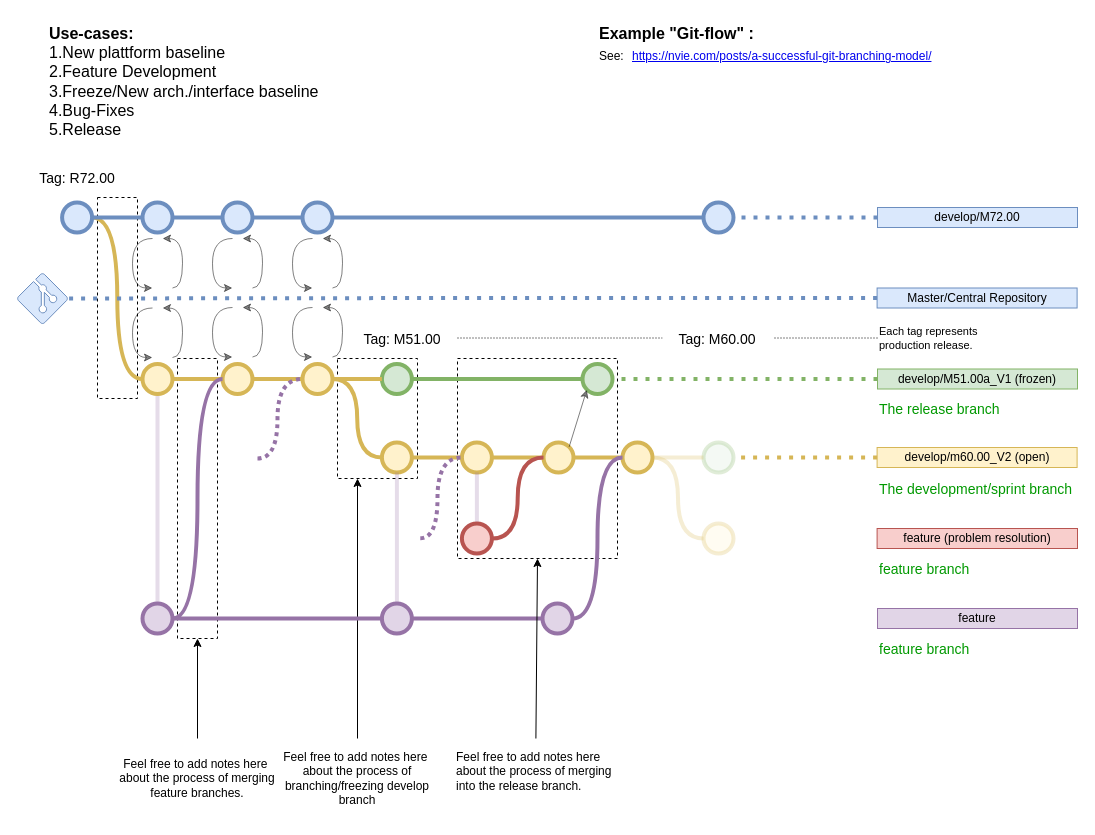
DedeHa/TimeSheet keeps this draw.io diagram as doc/GitHub_Branch_Strategy.drawio. Above is the earlier version. Source tidied: cells renumbered, new cells numbered last; positions are measured from the earlier drawing's top-left corner, leaving out a move shared by most shapes. Both pictures are drawn from the tidied source at 100%, with x=0, y=0 at pixel (17, 17).
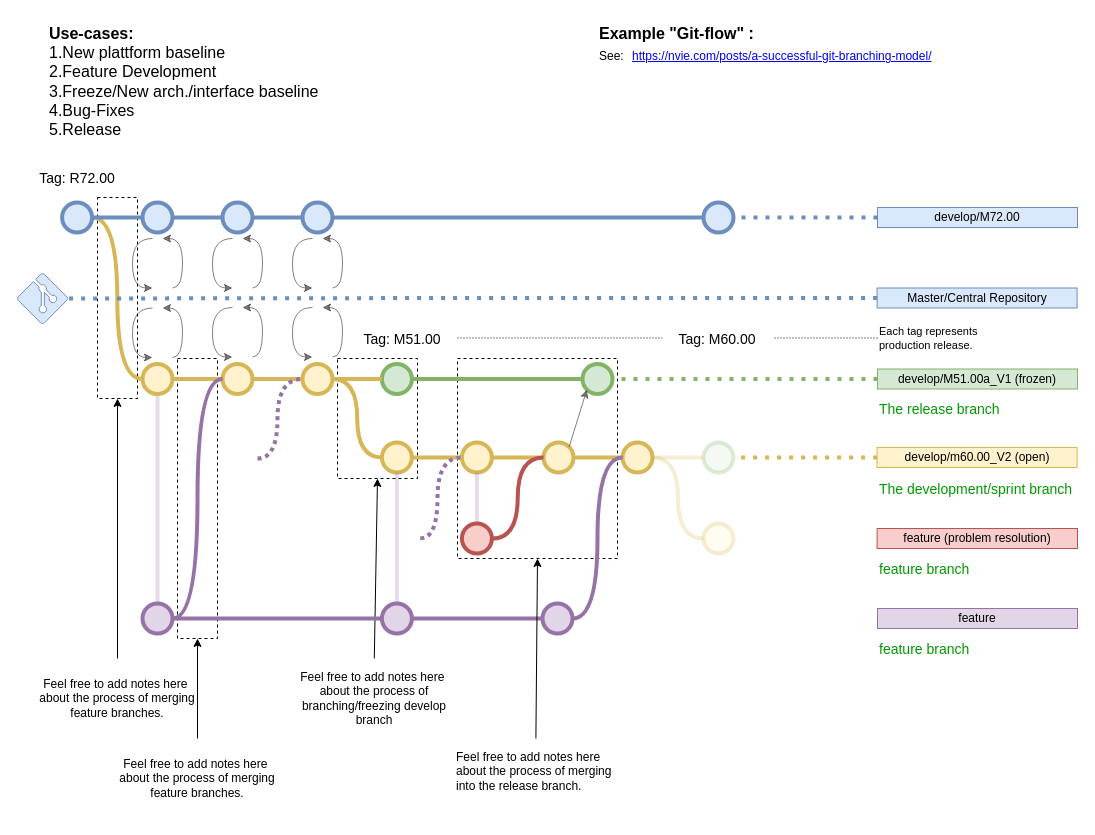
The same diagram, later.

Commit message:
INF_D|Github Setup

Unchanged cells that the change refers to:
```xml
<mxCell id="2" style="text;html=1;align=center;verticalAlign=middle;whiteSpace=wrap;rounded=0;strokeColor=default;dashed=1;" parent="1" vertex="1">
  <mxGeometry x="80" y="180" width="40" height="201" as="geometry" />
</mxCell>
<mxCell id="4" style="text;html=1;align=center;verticalAlign=middle;whiteSpace=wrap;rounded=0;strokeColor=default;dashed=1;" parent="1" vertex="1">
  <mxGeometry x="320" y="341" width="80" height="120" as="geometry" />
</mxCell>
```

Diff of the diagram source:
```diff
@@
     <mxCell id="39" value="&lt;div&gt;&lt;span&gt;Feel free to add notes here&amp;nbsp;&lt;/span&gt;&lt;/div&gt;&lt;div&gt;&lt;span&gt;about the process of branching/freezing develop branch&lt;/span&gt;&lt;/div&gt;" style="text;html=1;strokeColor=none;fillColor=none;align=center;verticalAlign=middle;whiteSpace=wrap;overflow=hidden;fontSize=12;fontStyle=0;fontColor=#000000;" parent="1" vertex="1">
-      <mxGeometry x="260" y="721" width="160" height="80" as="geometry" />
+      <mxGeometry x="276.8" y="641" width="160" height="80" as="geometry" />
     </mxCell>
@@
-    <mxCell id="63" style="endArrow=classic;html=1;strokeWidth=1;fontFamily=Courier New;fontColor=#009900;exitX=0.5;exitY=0;exitDx=0;exitDy=0;entryX=0.25;entryY=1;entryDx=0;entryDy=0;" parent="1" edge="1" source="39" target="4">
+    <mxCell id="63" style="endArrow=classic;html=1;strokeWidth=1;fontFamily=Courier New;fontColor=#009900;exitX=0.5;exitY=0;exitDx=0;exitDy=0;entryX=0.5;entryY=1;entryDx=0;entryDy=0;" parent="1" edge="1" source="39" target="4">
       <mxGeometry relative="1" as="geometry" />
     </mxCell>
@@
+    <mxCell id="96" style="endArrow=classic;html=1;strokeWidth=1;fontFamily=Courier New;fontColor=#009900;exitX=0.5;exitY=0;exitDx=0;exitDy=0;entryX=0.5;entryY=1;entryDx=0;entryDy=0;" parent="1" edge="1" source="97" target="2">
+      <mxGeometry relative="1" as="geometry" />
+    </mxCell>
+    <mxCell id="97" value="&lt;div&gt;&lt;span&gt;Feel free to add notes here&amp;nbsp;&lt;/span&gt;&lt;/div&gt;&lt;div style=&quot;&quot;&gt;&lt;span&gt;about the process of merging feature branches.&lt;/span&gt;&lt;/div&gt;" style="text;html=1;strokeColor=none;fillColor=none;align=center;verticalAlign=middle;whiteSpace=wrap;overflow=hidden;fontSize=12;fontStyle=0;fontColor=#000000;" parent="1" vertex="1">
+      <mxGeometry x="20" y="641" width="160" height="80" as="geometry" />
+    </mxCell>
```
